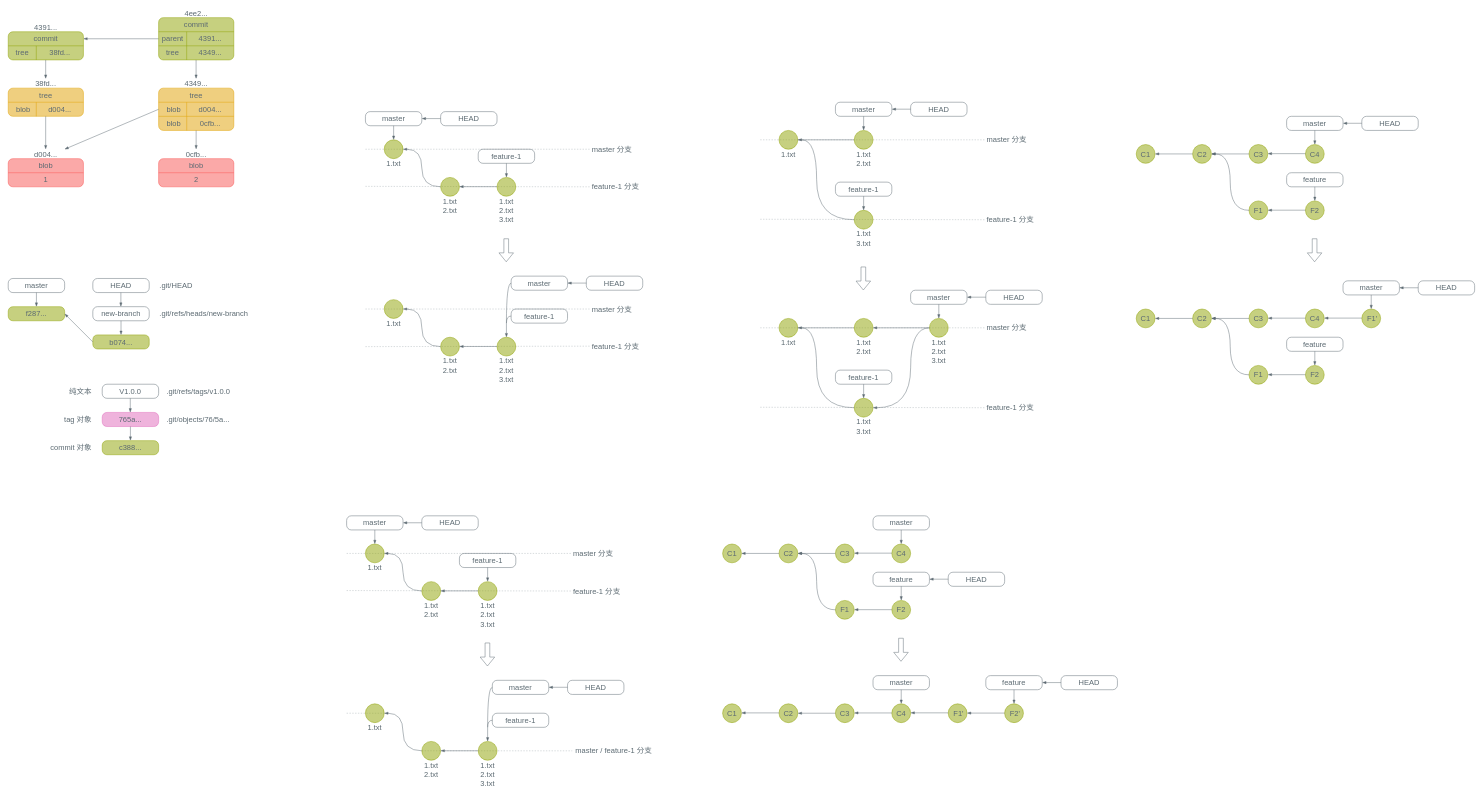
Above: content/posts/git/git.drawio in kingtuo123/blog (draw.io), before the change. Source tidied: cells renumbered, new cells numbered last; positions are measured from the earlier drawing's top-left corner, leaving out a move shared by most shapes. Both pictures are drawn from the tidied source at 47%, with x=0, y=0 at pixel (8, 8).
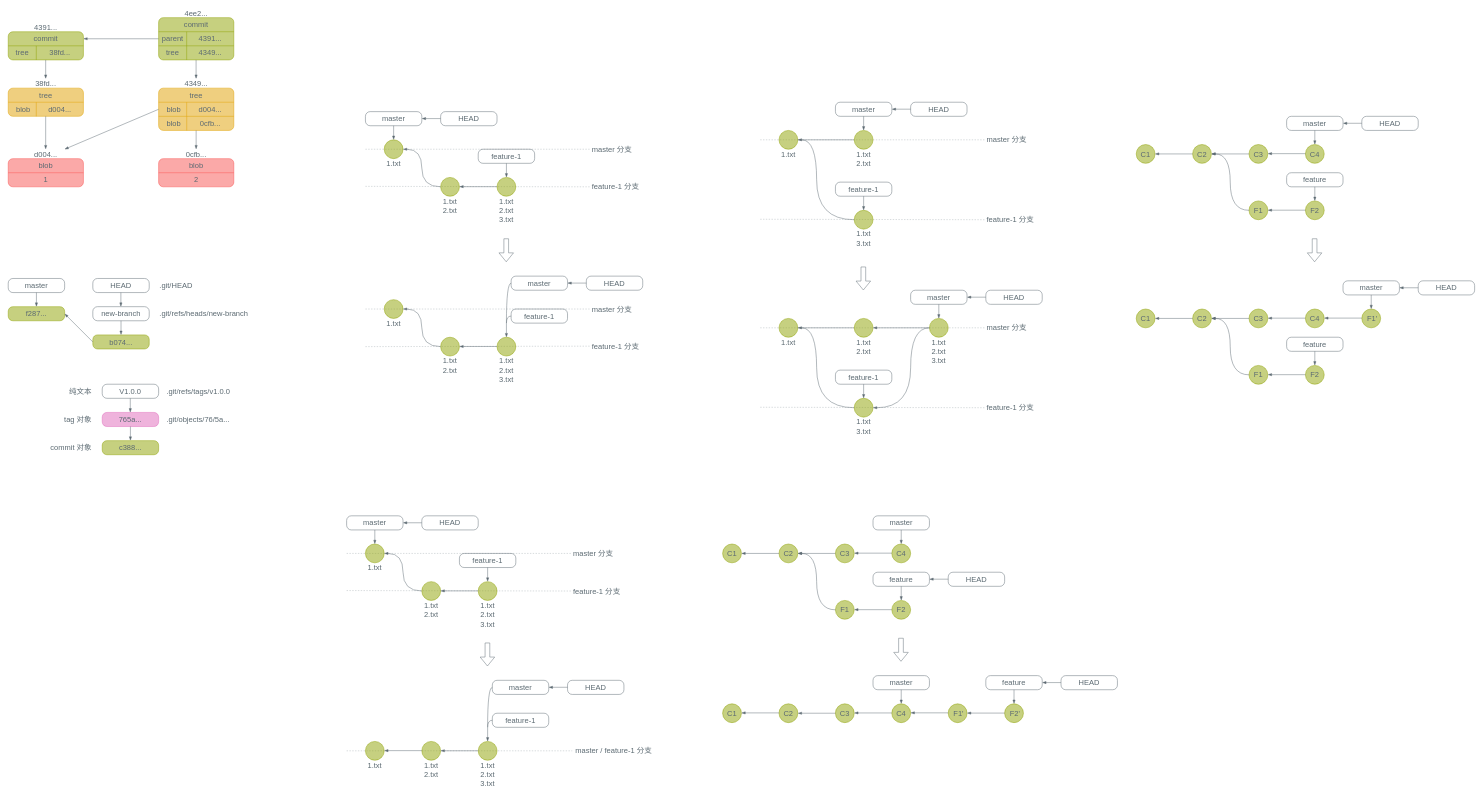
After the change.

Diff of the diagram source:
```diff
@@
     <mxCell id="167" style="endArrow=none;html=1;rounded=0;fontColor=light-dark(#5C6A72,#D3C6AA);strokeColor=light-dark(#5C6A72,#D3C6AA);dashed=1;fillOpacity=50;opacity=50;entryX=1;entryY=0.5;entryDx=0;entryDy=0;" parent="1" edge="1" target="168">
       <mxGeometry relative="1" as="geometry">
-        <mxPoint x="720" y="1500" as="sourcePoint" />
+        <mxPoint x="720" y="1580" as="sourcePoint" />
       </mxGeometry>
     </mxCell>
     <mxCell id="168" style="ellipse;whiteSpace=wrap;html=1;strokeColor=light-dark(#8DA101,#A7C080);fillColor=light-dark(#8DA101,#A7C080);fillOpacity=50;" parent="1" vertex="1">
-      <mxGeometry x="760" y="1480" width="40" height="40" as="geometry" />
+      <mxGeometry x="760" y="1560" width="40" height="40" as="geometry" />
     </mxCell>
@@
-    <mxCell id="170" style="curved=1;endArrow=blockThin;html=1;rounded=0;strokeColor=light-dark(#5C6A72,#D3C6AA);endFill=1;" parent="1" edge="1">
-      <mxGeometry relative="1" as="geometry">
-        <mxPoint x="880" y="1580" as="sourcePoint" />
-        <mxPoint x="800" y="1500" as="targetPoint" />
-        <Array as="points">
-          <mxPoint x="840" y="1580" />
-          <mxPoint x="840" y="1500" />
-        </Array>
-      </mxGeometry>
-    </mxCell>
     <mxCell id="171" value="&lt;font style=&quot;color: light-dark(rgb(92, 106, 114), rgb(211, 198, 170));&quot;&gt;1.txt&lt;/font&gt;" style="rounded=1;whiteSpace=wrap;html=1;fillColor=none;fontColor=light-dark(#5C6A72,#D3C6AA);strokeColor=none;fontFamily=LXGW WenKai Mono;fontSize=16;absoluteArcSize=1;align=center;" parent="1" vertex="1">
-      <mxGeometry x="745" y="1520" width="70" height="20" as="geometry" />
+      <mxGeometry x="745" y="1600" width="70" height="20" as="geometry" />
     </mxCell>
@@
+    <mxCell id="281" style="endArrow=blockThin;html=1;rounded=0;strokeColor=light-dark(#5C6A72,#D3C6AA);endFill=1;entryX=1;entryY=0.5;entryDx=0;entryDy=0;" parent="1" edge="1">
+      <mxGeometry relative="1" as="geometry">
+        <mxPoint x="880" y="1579.6" as="sourcePoint" />
+        <mxPoint x="800" y="1579.6" as="targetPoint" />
+      </mxGeometry>
+    </mxCell>
```
